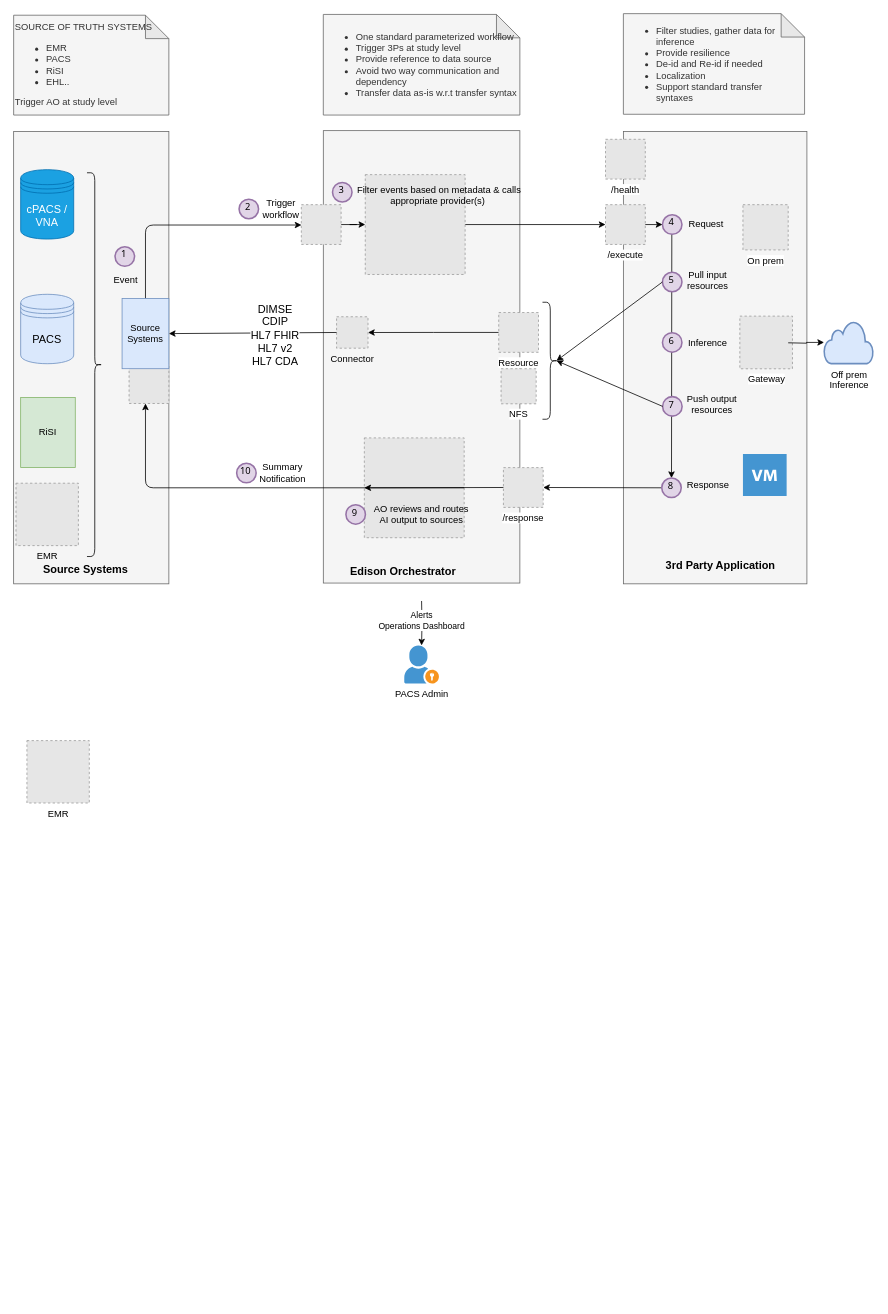
The draw.io diagram page "Pharma" (2 of 2) of SSI, Project X.drawio in rahoolp/gediagrams, before the edit. Source tidied: cells renumbered, new cells numbered last; positions are measured from the earlier drawing's top-left corner, leaving out a move shared by most shapes. Both pictures are drawn from the tidied source at 78%, with x=0, y=0 at pixel (13, 13). Pictures stored in the file or linked from it are replaced by grey dashed boxes.
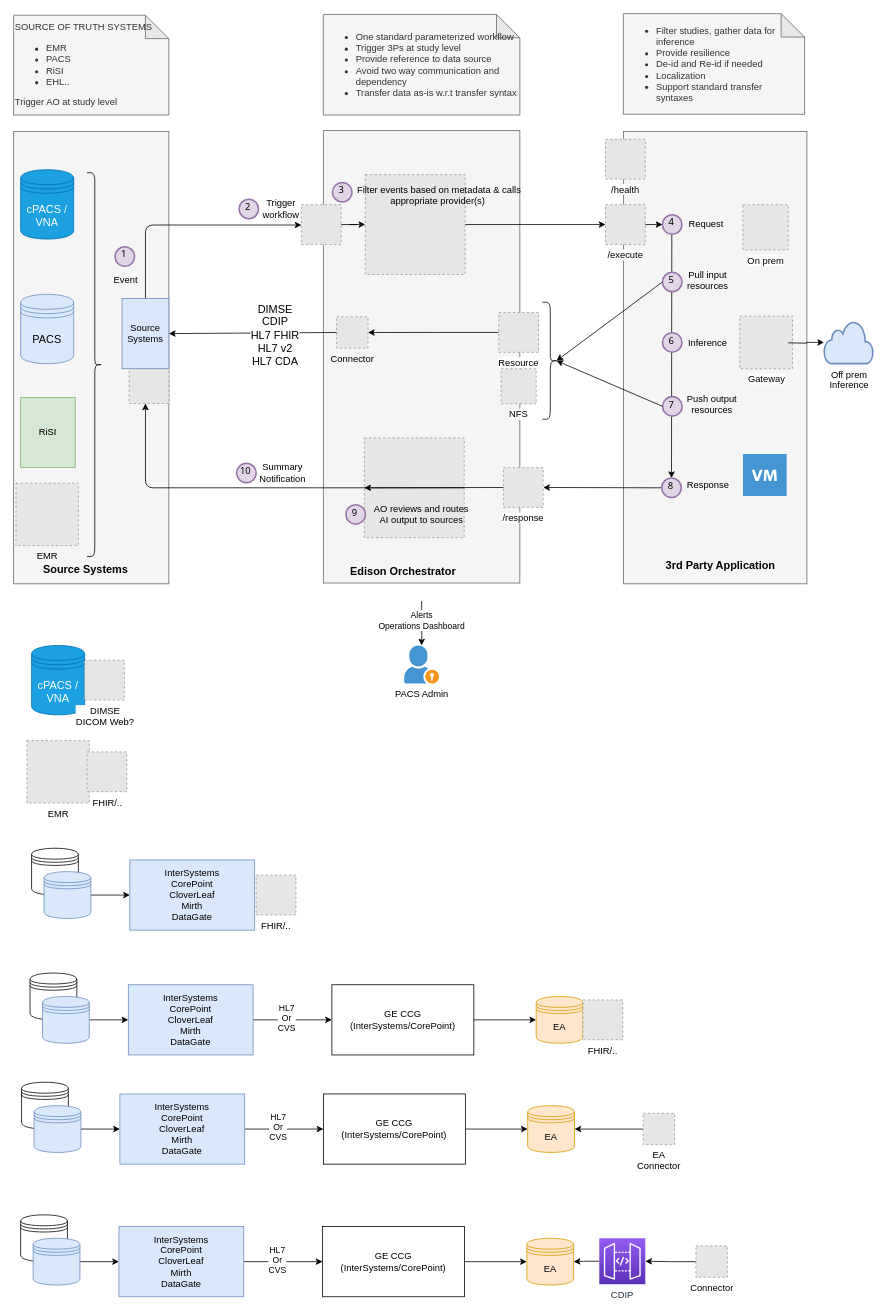
Above is the later version.

The edit, as a diff of the source:
```diff
@@
+    <mxCell id="70" value="FHIR/.." style="fillColor=#E6E6E6;strokeColor=#999999;dashed=1;html=1;verticalAlign=top;verticalLabelPosition=bottom;labelBackgroundColor=#ffffff;" parent="1" vertex="1">
+      <mxGeometry x="94" y="946.5" width="51" height="51" as="geometry" />
+    </mxCell>
+    <mxCell id="71" style="shape=datastore;whiteSpace=wrap;html=1;" parent="1" vertex="1">
+      <mxGeometry x="23" y="1070" width="60" height="60" as="geometry" />
+    </mxCell>
+    <mxCell id="72" style="edgeStyle=orthogonalEdgeStyle;rounded=0;jettySize=auto;html=1;" parent="1" edge="1" source="73" target="74">
+      <mxGeometry relative="1" as="geometry" />
+    </mxCell>
+    <mxCell id="73" style="shape=datastore;whiteSpace=wrap;html=1;fillColor=#dae8fc;strokeColor=#6c8ebf;" parent="1" vertex="1">
+      <mxGeometry x="39" y="1100" width="60" height="60" as="geometry" />
+    </mxCell>
+    <mxCell id="74" value="InterSystems&lt;br&gt;CorePoint&lt;br&gt;CloverLeaf&lt;br&gt;Mirth&lt;br&gt;DataGate" style="whiteSpace=wrap;html=1;fillColor=#dae8fc;strokeColor=#6c8ebf;" parent="1" vertex="1">
+      <mxGeometry x="149" y="1085" width="160" height="90" as="geometry" />
+    </mxCell>
+    <mxCell id="75" value="FHIR/.." style="fillColor=#E6E6E6;strokeColor=#999999;dashed=1;html=1;verticalAlign=top;verticalLabelPosition=bottom;labelBackgroundColor=#ffffff;" parent="1" vertex="1">
+      <mxGeometry x="310.9" y="1104.5" width="51" height="51" as="geometry" />
+    </mxCell>
+    <mxCell id="76" style="shape=datastore;whiteSpace=wrap;html=1;" parent="1" vertex="1">
+      <mxGeometry x="21" y="1230" width="60" height="60" as="geometry" />
+    </mxCell>
+    <mxCell id="77" style="edgeStyle=orthogonalEdgeStyle;rounded=0;jettySize=auto;html=1;" parent="1" edge="1" source="78" target="81">
+      <mxGeometry relative="1" as="geometry" />
+    </mxCell>
+    <mxCell id="78" style="shape=datastore;whiteSpace=wrap;html=1;fillColor=#dae8fc;strokeColor=#6c8ebf;" parent="1" vertex="1">
+      <mxGeometry x="37" y="1260" width="60" height="60" as="geometry" />
+    </mxCell>
+    <mxCell id="79" style="edgeStyle=orthogonalEdgeStyle;rounded=0;jettySize=auto;html=1;" parent="1" edge="1" source="81" target="83">
+      <mxGeometry relative="1" as="geometry" />
+    </mxCell>
+    <mxCell id="80" value="HL7&lt;br&gt;Or &lt;br&gt;CVS" style="edgeLabel;html=1;align=center;verticalAlign=middle;" parent="79" vertex="1">
+      <mxGeometry x="-0.17" y="3" relative="1" as="geometry" />
+    </mxCell>
+    <mxCell id="81" value="InterSystems&lt;br&gt;CorePoint&lt;br&gt;CloverLeaf&lt;br&gt;Mirth&lt;br&gt;DataGate" style="whiteSpace=wrap;html=1;fillColor=#dae8fc;strokeColor=#6c8ebf;" parent="1" vertex="1">
+      <mxGeometry x="147" y="1245" width="160" height="90" as="geometry" />
+    </mxCell>
+    <mxCell id="82" style="edgeStyle=orthogonalEdgeStyle;rounded=0;jettySize=auto;html=1;" parent="1" edge="1" source="83" target="84">
+      <mxGeometry relative="1" as="geometry" />
+    </mxCell>
+    <mxCell id="83" value="GE CCG&lt;br&gt;(InterSystems/CorePoint)" style="whiteSpace=wrap;html=1;" parent="1" vertex="1">
+      <mxGeometry x="408" y="1245" width="182" height="90" as="geometry" />
+    </mxCell>
+    <mxCell id="84" value="EA" style="shape=datastore;whiteSpace=wrap;html=1;fillColor=#ffe6cc;strokeColor=#d79b00;" parent="1" vertex="1">
+      <mxGeometry x="669.9" y="1260" width="60" height="60" as="geometry" />
+    </mxCell>
+    <mxCell id="85" value="FHIR/.." style="fillColor=#E6E6E6;strokeColor=#999999;dashed=1;html=1;verticalAlign=top;verticalLabelPosition=bottom;labelBackgroundColor=#ffffff;" parent="1" vertex="1">
+      <mxGeometry x="729.9" y="1264.5" width="51" height="51" as="geometry" />
+    </mxCell>
+    <mxCell id="86" value="cPACS / VNA" style="shape=datastore;whiteSpace=wrap;html=1;fontSize=14;fillColor=#1ba1e2;strokeColor=#006EAF;fontColor=#ffffff;" parent="1" vertex="1">
+      <mxGeometry x="23" y="810" width="68" height="89" as="geometry" />
+    </mxCell>
+    <mxCell id="87" value="DIMSE&lt;br&gt;DICOM Web?" style="fillColor=#E6E6E6;strokeColor=#999999;dashed=1;html=1;verticalAlign=top;verticalLabelPosition=bottom;labelBackgroundColor=#ffffff;" parent="1" vertex="1">
+      <mxGeometry x="91" y="829" width="51" height="51" as="geometry" />
+    </mxCell>
+    <mxCell id="88" style="shape=datastore;whiteSpace=wrap;html=1;" parent="1" vertex="1">
+      <mxGeometry x="10.1" y="1370" width="60" height="60" as="geometry" />
+    </mxCell>
+    <mxCell id="89" style="edgeStyle=orthogonalEdgeStyle;rounded=0;jettySize=auto;html=1;" parent="1" edge="1" source="90" target="93">
+      <mxGeometry relative="1" as="geometry" />
+    </mxCell>
+    <mxCell id="90" style="shape=datastore;whiteSpace=wrap;html=1;fillColor=#dae8fc;strokeColor=#6c8ebf;" parent="1" vertex="1">
+      <mxGeometry x="26.2" y="1400" width="60" height="60" as="geometry" />
+    </mxCell>
+    <mxCell id="91" style="edgeStyle=orthogonalEdgeStyle;rounded=0;jettySize=auto;html=1;" parent="1" edge="1" source="93" target="95">
+      <mxGeometry relative="1" as="geometry" />
+    </mxCell>
+    <mxCell id="92" value="HL7&lt;br&gt;Or &lt;br&gt;CVS" style="edgeLabel;html=1;align=center;verticalAlign=middle;" parent="91" vertex="1">
+      <mxGeometry x="-0.17" y="3" relative="1" as="geometry" />
+    </mxCell>
+    <mxCell id="93" value="InterSystems&lt;br&gt;CorePoint&lt;br&gt;CloverLeaf&lt;br&gt;Mirth&lt;br&gt;DataGate" style="whiteSpace=wrap;html=1;fillColor=#dae8fc;strokeColor=#6c8ebf;" parent="1" vertex="1">
+      <mxGeometry x="136.2" y="1385" width="160" height="90" as="geometry" />
+    </mxCell>
+    <mxCell id="94" style="edgeStyle=orthogonalEdgeStyle;rounded=0;jettySize=auto;html=1;" parent="1" edge="1" source="95" target="96">
+      <mxGeometry relative="1" as="geometry" />
+    </mxCell>
+    <mxCell id="95" value="GE CCG&lt;br&gt;(InterSystems/CorePoint)" style="whiteSpace=wrap;html=1;" parent="1" vertex="1">
+      <mxGeometry x="397.1" y="1385" width="182" height="90" as="geometry" />
+    </mxCell>
+    <mxCell id="96" value="EA" style="shape=datastore;whiteSpace=wrap;html=1;fillColor=#ffe6cc;strokeColor=#d79b00;" parent="1" vertex="1">
+      <mxGeometry x="659" y="1400" width="60" height="60" as="geometry" />
+    </mxCell>
+    <mxCell id="97" style="edgeStyle=orthogonalEdgeStyle;rounded=0;jettySize=auto;html=1;" parent="1" edge="1" source="98" target="96">
+      <mxGeometry relative="1" as="geometry" />
+    </mxCell>
+    <mxCell id="98" value="EA&lt;br&gt;Connector" style="fillColor=#E6E6E6;strokeColor=#999999;dashed=1;html=1;verticalAlign=top;verticalLabelPosition=bottom;labelBackgroundColor=none;" parent="1" vertex="1">
+      <mxGeometry x="807" y="1409.8" width="40.3" height="40.3" as="geometry" />
+    </mxCell>
+    <mxCell id="99" style="shape=datastore;whiteSpace=wrap;html=1;" parent="1" vertex="1">
+      <mxGeometry x="9" y="1540" width="60" height="60" as="geometry" />
+    </mxCell>
+    <mxCell id="100" style="edgeStyle=orthogonalEdgeStyle;rounded=0;jettySize=auto;html=1;" parent="1" edge="1" source="101" target="104">
+      <mxGeometry relative="1" as="geometry" />
+    </mxCell>
+    <mxCell id="101" style="shape=datastore;whiteSpace=wrap;html=1;fillColor=#dae8fc;strokeColor=#6c8ebf;" parent="1" vertex="1">
+      <mxGeometry x="25" y="1570" width="60" height="60" as="geometry" />
+    </mxCell>
+    <mxCell id="102" style="edgeStyle=orthogonalEdgeStyle;rounded=0;jettySize=auto;html=1;" parent="1" edge="1" source="104" target="106">
+      <mxGeometry relative="1" as="geometry" />
+    </mxCell>
+    <mxCell id="103" value="HL7&lt;br&gt;Or &lt;br&gt;CVS" style="edgeLabel;html=1;align=center;verticalAlign=middle;" parent="102" vertex="1">
+      <mxGeometry x="-0.17" y="3" relative="1" as="geometry" />
+    </mxCell>
+    <mxCell id="104" value="InterSystems&lt;br&gt;CorePoint&lt;br&gt;CloverLeaf&lt;br&gt;Mirth&lt;br&gt;DataGate" style="whiteSpace=wrap;html=1;fillColor=#dae8fc;strokeColor=#6c8ebf;" parent="1" vertex="1">
+      <mxGeometry x="135" y="1555" width="160" height="90" as="geometry" />
+    </mxCell>
+    <mxCell id="105" style="edgeStyle=orthogonalEdgeStyle;rounded=0;jettySize=auto;html=1;" parent="1" edge="1" source="106" target="107">
+      <mxGeometry relative="1" as="geometry" />
+    </mxCell>
+    <mxCell id="106" value="GE CCG&lt;br&gt;(InterSystems/CorePoint)" style="whiteSpace=wrap;html=1;" parent="1" vertex="1">
+      <mxGeometry x="396" y="1555" width="182" height="90" as="geometry" />
+    </mxCell>
+    <mxCell id="107" value="EA" style="shape=datastore;whiteSpace=wrap;html=1;fillColor=#ffe6cc;strokeColor=#d79b00;" parent="1" vertex="1">
+      <mxGeometry x="657.9" y="1570" width="60" height="60" as="geometry" />
+    </mxCell>
+    <mxCell id="108" style="edgeStyle=orthogonalEdgeStyle;rounded=0;jettySize=auto;html=1;" parent="1" edge="1" source="109" target="111">
+      <mxGeometry relative="1" as="geometry" />
+    </mxCell>
+    <mxCell id="109" value="Connector" style="fillColor=#E6E6E6;strokeColor=#999999;dashed=1;html=1;verticalAlign=top;verticalLabelPosition=bottom;labelBackgroundColor=none;" parent="1" vertex="1">
+      <mxGeometry x="874.7" y="1579.8" width="40.3" height="40.3" as="geometry" />
+    </mxCell>
+    <mxCell id="110" style="edgeStyle=orthogonalEdgeStyle;rounded=0;jettySize=auto;html=1;" parent="1" edge="1" source="111" target="107">
+      <mxGeometry relative="1" as="geometry" />
+    </mxCell>
+    <mxCell id="111" value="CDIP" style="outlineConnect=0;fontColor=#232F3E;gradientColor=#945DF2;gradientDirection=north;fillColor=#5A30B5;strokeColor=#ffffff;dashed=0;verticalLabelPosition=bottom;verticalAlign=top;align=center;html=1;fontSize=12;fontStyle=0;shape=mxgraph.aws4.resourceIcon;resIcon=mxgraph.aws4.api_gateway;" parent="1" vertex="1">
+      <mxGeometry x="750.8" y="1570" width="59" height="59" as="geometry" />
+    </mxCell>
```
